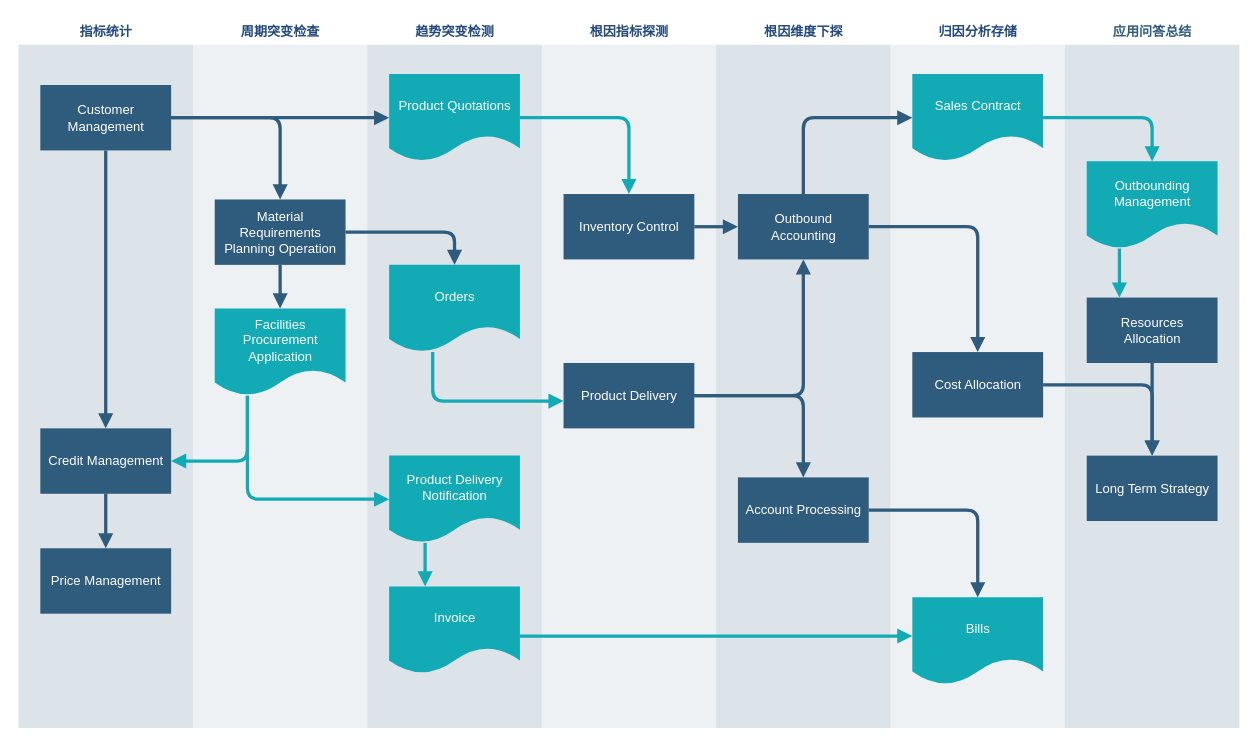
Before: try.drawio in DeeeFOX/webcrawler, a draw.io diagram. Source tidied: cells renumbered, new cells numbered last; positions are measured from the earlier drawing's top-left corner, leaving out a move shared by most shapes. Both pictures are drawn from the tidied source at 109%, with x=0, y=0 at pixel (17, 19).
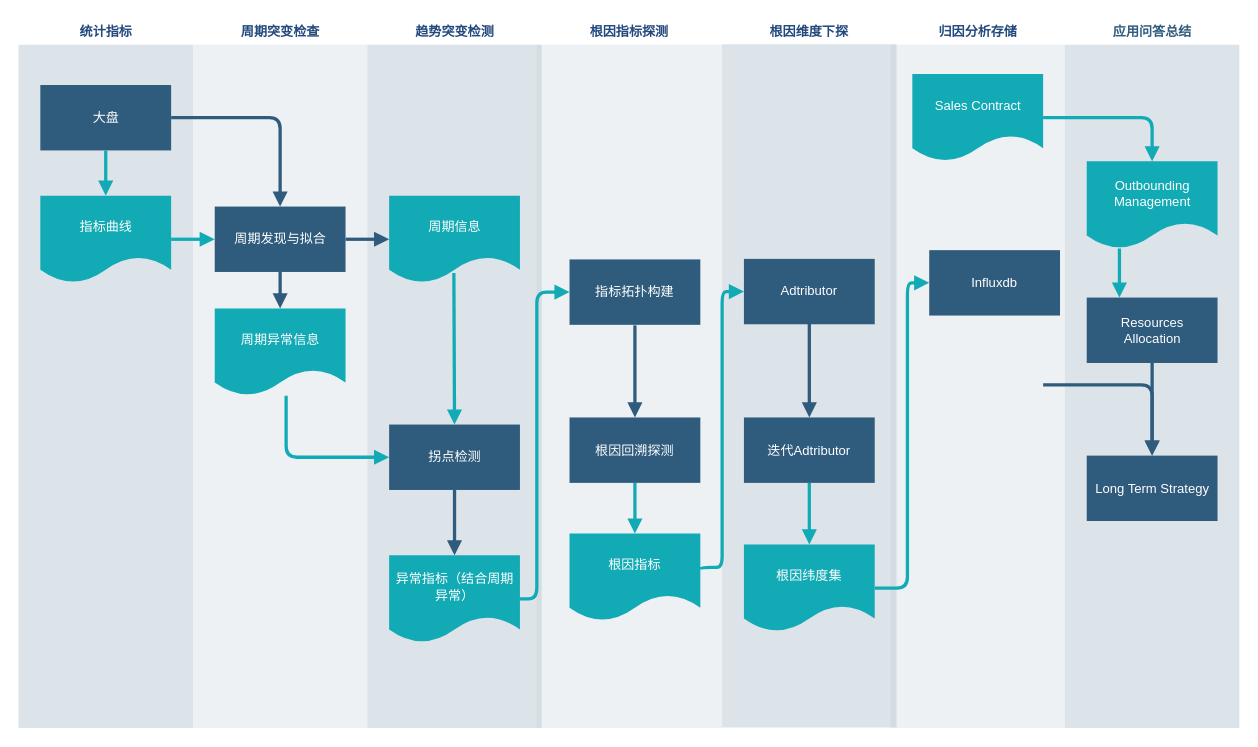
After the change.

Unchanged cells that the change refers to:
```xml
<mxCell id="8" value="&lt;font color=&quot;#23497d&quot;&gt;归因分析存储&lt;/font&gt;" style="swimlane;whiteSpace=wrap;fillColor=none;swimlaneFillColor=#BAC8D3;fontColor=#2F5B7C;fontFamily=Tahoma;html=1;strokeColor=none;opacity=25;" parent="1" vertex="1">
  <mxGeometry x="800.5" y="0.5" width="160" height="650" as="geometry" />
</mxCell>
<mxCell id="9" value="Sales Contract" style="shape=document;whiteSpace=wrap;verticalAlign=middle;strokeColor=none;fillColor=#12aab5;shadow=0;fontColor=#FFFFFF;fontFamily=Helvetica;fontStyle=0;html=1;fontSize=12;spacing=6;spacingBottom=22;" parent="8" vertex="1">
  <mxGeometry x="20" y="50" width="120" height="80" as="geometry" />
</mxCell>
<mxCell id="15" value="&lt;font color=&quot;#23497d&quot;&gt;周期突变检查&lt;/font&gt;" style="swimlane;whiteSpace=wrap;fillColor=none;swimlaneFillColor=#BAC8D3;fontColor=#2F5B7C;fontFamily=Tahoma;html=1;strokeColor=none;opacity=25;" parent="1" vertex="1">
  <mxGeometry x="160.5" y="0.5" width="160" height="650" as="geometry" />
</mxCell>
<mxCell id="19" value="&lt;font color=&quot;#23497d&quot;&gt;趋势突变检测&lt;/font&gt;" style="swimlane;whiteSpace=wrap;fillColor=none;swimlaneFillColor=#BAC8D3;fontColor=#2F5B7C;fontFamily=Tahoma;html=1;strokeColor=none;opacity=50;" parent="1" vertex="1">
  <mxGeometry x="320.5" y="0.5" width="160" height="650" as="geometry" />
</mxCell>
<mxCell id="31" value="Long Term Strategy" style="whiteSpace=wrap;strokeColor=none;fillColor=#2f5b7c;shadow=0;fontColor=#FFFFFF;fontFamily=Helvetica;fontStyle=0;html=1;fontSize=12;spacing=6;verticalAlign=middle;" parent="28" vertex="1">
  <mxGeometry x="20" y="400" width="120" height="60" as="geometry" />
</mxCell>
```

Diff of the diagram source:
```diff
@@
-    <mxCell id="2" value="&lt;font color=&quot;#23497d&quot;&gt;指标统计&lt;/font&gt;" style="swimlane;whiteSpace=wrap;fillColor=none;swimlaneFillColor=#BAC8D3;fontColor=#2F5B7C;fontFamily=Tahoma;html=1;strokeColor=none;opacity=50;" parent="1" vertex="1">
+    <mxCell id="2" value="&lt;font color=&quot;#23497d&quot;&gt;统计指标&lt;/font&gt;" style="swimlane;whiteSpace=wrap;fillColor=none;swimlaneFillColor=#BAC8D3;fontColor=#2F5B7C;fontFamily=Tahoma;html=1;strokeColor=none;opacity=50;" parent="1" vertex="1">
       <mxGeometry x="0.5" y="0.5" width="160" height="650" as="geometry" />
     </mxCell>
-    <mxCell id="3" value="Customer Management" style="whiteSpace=wrap;shadow=0;fontColor=#FFFFFF;fontFamily=Helvetica;fontStyle=0;html=1;fontSize=12;plain-purple;strokeColor=none;fillColor=#2f5b7c;gradientColor=none;spacing=6;verticalAlign=middle;" parent="2" vertex="1">
+    <mxCell id="3" value="大盘" style="whiteSpace=wrap;shadow=0;fontColor=#FFFFFF;fontFamily=Helvetica;fontStyle=0;html=1;fontSize=12;plain-purple;strokeColor=none;fillColor=#2f5b7c;gradientColor=none;spacing=6;verticalAlign=middle;" parent="2" vertex="1">
       <mxGeometry x="20" y="60" width="120" height="60" as="geometry" />
     </mxCell>
-    <mxCell id="4" value="Credit Management" style="whiteSpace=wrap;strokeColor=none;fillColor=#2f5b7c;shadow=0;fontColor=#FFFFFF;fontFamily=Helvetica;fontStyle=0;html=1;fontSize=12;spacing=6;verticalAlign=middle;" parent="2" vertex="1">
-      <mxGeometry x="20" y="375" width="120" height="60" as="geometry" />
-    </mxCell>
-    <mxCell id="5" value="Price Management" style="whiteSpace=wrap;strokeColor=none;fillColor=#2f5b7c;shadow=0;fontColor=#FFFFFF;fontFamily=Helvetica;fontStyle=0;html=1;fontSize=12;spacing=6;verticalAlign=middle;" parent="2" vertex="1">
-      <mxGeometry x="20" y="485" width="120" height="60" as="geometry" />
-    </mxCell>
-    <mxCell id="6" style="edgeStyle=segmentEdgeStyle;strokeColor=#2F5B7C;strokeWidth=3;html=1;endArrow=block;endFill=1;" parent="2" edge="1" source="4" target="5">
-      <mxGeometry relative="1" as="geometry" />
-    </mxCell>
-    <mxCell id="7" style="edgeStyle=segmentEdgeStyle;strokeColor=#2F5B7C;strokeWidth=3;html=1;endArrow=block;endFill=1;" parent="2" edge="1" source="3" target="4">
-      <mxGeometry relative="1" as="geometry" />
-    </mxCell>
+    <mxCell id="50" value="指标曲线" style="shape=document;whiteSpace=wrap;verticalAlign=middle;strokeColor=none;fillColor=#12aab5;shadow=0;fontColor=#FFFFFF;fontFamily=Helvetica;fontStyle=0;html=1;fontSize=12;spacing=6;spacingBottom=22;" parent="2" vertex="1">
+      <mxGeometry x="20" y="161.5" width="120" height="80" as="geometry" />
+    </mxCell>
+    <mxCell id="51" style="strokeColor=#12AAB5;strokeWidth=3;html=1;endArrow=block;endFill=1;exitX=0.5;exitY=1;exitDx=0;exitDy=0;entryX=0.5;entryY=0;entryDx=0;entryDy=0;" parent="2" edge="1" source="3" target="50">
+      <mxGeometry relative="1" as="geometry" />
+    </mxCell>
@@
-    <mxCell id="10" value="Bills" style="shape=document;whiteSpace=wrap;verticalAlign=middle;strokeColor=none;fillColor=#12aab5;shadow=0;fontColor=#FFFFFF;fontFamily=Helvetica;fontStyle=0;html=1;fontSize=12;spacing=6;spacingBottom=22;" parent="8" vertex="1">
-      <mxGeometry x="20" y="530" width="120" height="80" as="geometry" />
-    </mxCell>
-    <mxCell id="11" value="Cost Allocation" style="whiteSpace=wrap;strokeColor=none;fillColor=#2f5b7c;shadow=0;fontColor=#FFFFFF;fontFamily=Helvetica;fontStyle=0;html=1;fontSize=12;spacing=6;verticalAlign=middle;" parent="8" vertex="1">
-      <mxGeometry x="20" y="305" width="120" height="60" as="geometry" />
-    </mxCell>
+    <mxCell id="52" value="Influxdb" style="whiteSpace=wrap;strokeColor=none;fillColor=#2f5b7c;shadow=0;fontColor=#FFFFFF;fontFamily=Helvetica;fontStyle=0;html=1;fontSize=12;spacing=6;verticalAlign=middle;" parent="8" vertex="1">
+      <mxGeometry x="35.5" y="211.5" width="120" height="60" as="geometry" />
+    </mxCell>
     <mxCell id="12" value="&lt;font color=&quot;#23497d&quot;&gt;根因维度下探&lt;/font&gt;" style="swimlane;whiteSpace=wrap;fillColor=none;swimlaneFillColor=#BAC8D3;fontColor=#2F5B7C;fontFamily=Tahoma;html=1;strokeColor=none;opacity=50;" parent="1" vertex="1">
-      <mxGeometry x="640.5" y="0.5" width="160" height="650" as="geometry" />
+      <mxGeometry x="646" width="160" height="650" as="geometry" />
     </mxCell>
-    <mxCell id="13" value="Outbound Accounting" style="whiteSpace=wrap;fillColor=#2f5b7c;strokeColor=none;shadow=0;fontColor=#FFFFFF;fontFamily=Helvetica;fontStyle=0;html=1;fontSize=12;spacing=6;verticalAlign=middle;" parent="12" vertex="1">
-      <mxGeometry x="20" y="160" width="120" height="60" as="geometry" />
-    </mxCell>
-    <mxCell id="14" value="Account Processing" style="whiteSpace=wrap;strokeColor=none;fillColor=#2f5b7c;shadow=0;fontColor=#FFFFFF;fontFamily=Helvetica;fontStyle=0;html=1;fontSize=12;spacing=6;verticalAlign=middle;" parent="12" vertex="1">
-      <mxGeometry x="20" y="420" width="120" height="60" as="geometry" />
+    <mxCell id="14" value="Adtributor" style="whiteSpace=wrap;strokeColor=none;fillColor=#2f5b7c;shadow=0;fontColor=#FFFFFF;fontFamily=Helvetica;fontStyle=0;html=1;fontSize=12;spacing=6;verticalAlign=middle;" parent="12" vertex="1">
+      <mxGeometry x="20" y="220" width="120" height="60" as="geometry" />
     </mxCell>
+    <mxCell id="53" value="迭代Adtributor" style="whiteSpace=wrap;fillColor=#2f5b7c;strokeColor=none;shadow=0;fontColor=#FFFFFF;fontFamily=Helvetica;fontStyle=0;html=1;fontSize=12;spacing=6;verticalAlign=middle;" parent="12" vertex="1">
+      <mxGeometry x="20" y="365.5" width="120" height="60" as="geometry" />
+    </mxCell>
+    <mxCell id="54" style="edgeStyle=segmentEdgeStyle;strokeColor=#2F5B7C;strokeWidth=3;html=1;endArrow=block;endFill=1;entryX=0.5;entryY=0;entryDx=0;entryDy=0;" parent="12" edge="1" target="53">
+      <mxGeometry x="-545.5" y="132" as="geometry">
+        <mxPoint x="80" y="272" as="sourcePoint" />
+        <Array as="points">
+          <mxPoint x="80" y="282" />
+        </Array>
+      </mxGeometry>
+    </mxCell>
+    <mxCell id="55" value="根因纬度集" style="shape=document;whiteSpace=wrap;strokeColor=none;fillColor=#12aab5;shadow=0;fontColor=#FFFFFF;fontFamily=Helvetica;fontStyle=0;html=1;fontSize=12;verticalAlign=middle;spacing=6;spacingBottom=22;" parent="12" vertex="1">
+      <mxGeometry x="20" y="482" width="120" height="80" as="geometry" />
+    </mxCell>
+    <mxCell id="56" style="strokeColor=#12AAB5;strokeWidth=3;html=1;endArrow=block;endFill=1;entryX=0.5;entryY=0;entryDx=0;entryDy=0;exitX=0.5;exitY=1;exitDx=0;exitDy=0;" parent="12" edge="1" source="53" target="55">
+      <mxGeometry relative="1" as="geometry" />
+    </mxCell>
@@
-    <mxCell id="16" value="Material Requirements Planning Operation" style="whiteSpace=wrap;shadow=0;fontColor=#FFFFFF;fontFamily=Helvetica;fontStyle=0;html=1;fontSize=12;plain-purple;strokeColor=none;fillColor=#2f5b7c;gradientColor=none;spacing=6;verticalAlign=middle;" parent="15" vertex="1">
-      <mxGeometry x="20" y="165" width="120" height="60" as="geometry" />
+    <mxCell id="16" value="周期发现与拟合" style="whiteSpace=wrap;shadow=0;fontColor=#FFFFFF;fontFamily=Helvetica;fontStyle=0;html=1;fontSize=12;plain-purple;strokeColor=none;fillColor=#2f5b7c;gradientColor=none;spacing=6;verticalAlign=middle;" parent="15" vertex="1">
+      <mxGeometry x="20" y="171.5" width="120" height="60" as="geometry" />
     </mxCell>
-    <mxCell id="17" value="&lt;font color=&quot;#ffffff&quot;&gt;Facilities Procurement&lt;br&gt;Application&lt;/font&gt;&lt;br&gt; " style="shape=document;whiteSpace=wrap;verticalAlign=middle;strokeColor=none;fillColor=#12aab5;shadow=0;fontColor=#FFFFFF;fontFamily=Helvetica;fontStyle=0;html=1;fontSize=12;spacing=6;spacingBottom=22;" parent="15" vertex="1">
+    <mxCell id="17" value="周期异常信息" style="shape=document;whiteSpace=wrap;verticalAlign=middle;strokeColor=none;fillColor=#12aab5;shadow=0;fontColor=#FFFFFF;fontFamily=Helvetica;fontStyle=0;html=1;fontSize=12;spacing=6;spacingBottom=22;" parent="15" vertex="1">
       <mxGeometry x="20" y="265" width="120" height="80" as="geometry" />
     </mxCell>
@@
-    <mxCell id="20" value="Product Quotations" style="shape=document;whiteSpace=wrap;verticalAlign=middle;strokeColor=none;fillColor=#12aab5;shadow=0;fontColor=#FFFFFF;fontFamily=Helvetica;fontStyle=0;html=1;fontSize=12;spacing=6;spacingBottom=22;" parent="19" vertex="1">
-      <mxGeometry x="20" y="50" width="120" height="80" as="geometry" />
-    </mxCell>
-    <mxCell id="21" value="Orders" style="shape=document;whiteSpace=wrap;verticalAlign=middle;strokeColor=none;fillColor=#12aab5;shadow=0;fontColor=#FFFFFF;fontFamily=Helvetica;fontStyle=0;html=1;fontSize=12;spacing=6;spacingBottom=22;" parent="19" vertex="1">
-      <mxGeometry x="20" y="225" width="120" height="80" as="geometry" />
-    </mxCell>
-    <mxCell id="22" value="Product Delivery Notification" style="shape=document;whiteSpace=wrap;strokeColor=none;fillColor=#12aab5;shadow=0;fontColor=#FFFFFF;fontFamily=Helvetica;fontStyle=0;html=1;fontSize=12;verticalAlign=middle;spacing=6;spacingBottom=22;" parent="19" vertex="1">
-      <mxGeometry x="20" y="400" width="120" height="80" as="geometry" />
+    <mxCell id="22" value="异常指标（结合周期异常）" style="shape=document;whiteSpace=wrap;strokeColor=none;fillColor=#12aab5;shadow=0;fontColor=#FFFFFF;fontFamily=Helvetica;fontStyle=0;html=1;fontSize=12;verticalAlign=middle;spacing=6;spacingBottom=22;" parent="19" vertex="1">
+      <mxGeometry x="20" y="491.5" width="120" height="80" as="geometry" />
     </mxCell>
-    <mxCell id="23" value="Invoice" style="shape=document;whiteSpace=wrap;verticalAlign=middle;strokeColor=none;fillColor=#12aab5;shadow=0;fontColor=#FFFFFF;fontFamily=Helvetica;fontStyle=0;html=1;fontSize=12;spacing=6;spacingBottom=22;" parent="19" vertex="1">
-      <mxGeometry x="20" y="520" width="120" height="80" as="geometry" />
-    </mxCell>
-    <mxCell id="24" style="edgeStyle=segmentEdgeStyle;strokeColor=#12AAB5;strokeWidth=3;html=1;endArrow=block;endFill=1;" parent="19" edge="1" source="22" target="23">
-      <mxGeometry relative="1" as="geometry">
-        <Array as="points">
-          <mxPoint x="53" y="501" />
-          <mxPoint x="53" y="501" />
-        </Array>
-      </mxGeometry>
+    <mxCell id="24" style="strokeColor=#12AAB5;strokeWidth=3;html=1;endArrow=block;endFill=1;exitX=0.495;exitY=0.888;exitDx=0;exitDy=0;exitPerimeter=0;entryX=0.5;entryY=0;entryDx=0;entryDy=0;" parent="19" edge="1" source="58" target="57">
+      <mxGeometry relative="1" as="geometry" />
     </mxCell>
+    <mxCell id="57" value="拐点检测" style="whiteSpace=wrap;strokeColor=none;fillColor=#2f5b7c;shadow=0;fontColor=#FFFFFF;fontFamily=Helvetica;fontStyle=0;html=1;fontSize=12;spacing=6;verticalAlign=middle;" parent="19" vertex="1">
+      <mxGeometry x="20" y="371.5" width="120" height="60" as="geometry" />
+    </mxCell>
+    <mxCell id="58" value="周期信息" style="shape=document;whiteSpace=wrap;verticalAlign=middle;strokeColor=none;fillColor=#12aab5;shadow=0;fontColor=#FFFFFF;fontFamily=Helvetica;fontStyle=0;html=1;fontSize=12;spacing=6;spacingBottom=22;" parent="19" vertex="1">
+      <mxGeometry x="20" y="161.5" width="120" height="80" as="geometry" />
+    </mxCell>
+    <mxCell id="59" style="strokeColor=#2F5B7C;strokeWidth=3;html=1;endArrow=block;endFill=1;exitX=0.5;exitY=1;exitDx=0;exitDy=0;entryX=0.5;entryY=0;entryDx=0;entryDy=0;" parent="19" edge="1" source="57" target="22">
+      <mxGeometry relative="1" as="geometry" />
+    </mxCell>
     <mxCell id="25" value="&lt;font color=&quot;#23497d&quot;&gt;根因指标探测&lt;/font&gt;" style="swimlane;whiteSpace=wrap;fillColor=none;swimlaneFillColor=#BAC8D3;fontColor=#2F5B7C;fontFamily=Tahoma;html=1;strokeColor=none;opacity=25;" parent="1" vertex="1">
-      <mxGeometry x="480.5" y="0.5" width="160" height="650" as="geometry" />
+      <mxGeometry x="476" y="0.5" width="170" height="650" as="geometry" />
     </mxCell>
-    <mxCell id="26" value="Inventory Control" style="whiteSpace=wrap;strokeColor=none;fillColor=#2f5b7c;shadow=0;fontColor=#FFFFFF;fontFamily=Helvetica;fontStyle=0;html=1;fontSize=12;spacing=6;verticalAlign=middle;" parent="25" vertex="1">
-      <mxGeometry x="20" y="160" width="120" height="60" as="geometry" />
-    </mxCell>
-    <mxCell id="27" value="Product Delivery" style="whiteSpace=wrap;strokeColor=none;fillColor=#2f5b7c;shadow=0;fontColor=#FFFFFF;fontFamily=Helvetica;fontStyle=0;html=1;fontSize=12;spacing=6;verticalAlign=middle;" parent="25" vertex="1">
-      <mxGeometry x="20" y="315" width="120" height="60" as="geometry" />
+    <mxCell id="27" value="指标拓扑构建" style="whiteSpace=wrap;strokeColor=none;fillColor=#2f5b7c;shadow=0;fontColor=#FFFFFF;fontFamily=Helvetica;fontStyle=0;html=1;fontSize=12;spacing=6;verticalAlign=middle;" parent="25" vertex="1">
+      <mxGeometry x="30" y="220" width="120" height="60" as="geometry" />
     </mxCell>
+    <mxCell id="13" value="根因回溯探测" style="whiteSpace=wrap;fillColor=#2f5b7c;strokeColor=none;shadow=0;fontColor=#FFFFFF;fontFamily=Helvetica;fontStyle=0;html=1;fontSize=12;spacing=6;verticalAlign=middle;" parent="25" vertex="1">
+      <mxGeometry x="30" y="365" width="120" height="60" as="geometry" />
+    </mxCell>
+    <mxCell id="43" style="edgeStyle=segmentEdgeStyle;strokeColor=#2F5B7C;strokeWidth=3;html=1;endArrow=block;endFill=1;" parent="25" edge="1" target="13">
+      <mxGeometry x="144.5" y="220" as="geometry">
+        <mxPoint x="90" y="280.5" as="sourcePoint" />
+      </mxGeometry>
+    </mxCell>
+    <mxCell id="60" value="根因指标" style="shape=document;whiteSpace=wrap;strokeColor=none;fillColor=#12aab5;shadow=0;fontColor=#FFFFFF;fontFamily=Helvetica;fontStyle=0;html=1;fontSize=12;verticalAlign=middle;spacing=6;spacingBottom=22;" parent="25" vertex="1">
+      <mxGeometry x="30" y="471.5" width="120" height="80" as="geometry" />
+    </mxCell>
+    <mxCell id="61" style="strokeColor=#12AAB5;strokeWidth=3;html=1;endArrow=block;endFill=1;entryX=0.5;entryY=0;entryDx=0;entryDy=0;exitX=0.5;exitY=1;exitDx=0;exitDy=0;" parent="25" edge="1" source="13" target="60">
+      <mxGeometry relative="1" as="geometry" />
+    </mxCell>
@@
-    <mxCell id="35" style="edgeStyle=segmentEdgeStyle;strokeColor=#12AAB5;strokeWidth=3;html=1;endArrow=block;endFill=1;" parent="1" edge="1" source="17" target="4">
-      <mxGeometry x="164.5" y="433.5" as="geometry">
-        <Array as="points">
-          <mxPoint x="210.5" y="405.5" />
-        </Array>
-      </mxGeometry>
-    </mxCell>
-    <mxCell id="36" style="edgeStyle=segmentEdgeStyle;strokeColor=#2F5B7C;strokeWidth=3;html=1;endArrow=block;endFill=1;" parent="1" edge="1" source="3" target="20">
-      <mxGeometry x="164.5" y="178.5" as="geometry" />
-    </mxCell>
-    <mxCell id="37" style="edgeStyle=segmentEdgeStyle;strokeColor=#12AAB5;strokeWidth=3;html=1;endArrow=block;endFill=1;" parent="1" edge="1" source="17" target="22">
+    <mxCell id="37" style="edgeStyle=segmentEdgeStyle;strokeColor=#12AAB5;strokeWidth=3;html=1;endArrow=block;endFill=1;entryX=0;entryY=0.5;entryDx=0;entryDy=0;" parent="1" edge="1" source="17" target="57">
       <mxGeometry x="234.5" y="433.5" as="geometry">
         <Array as="points">
-          <mxPoint x="210.5" y="440.5" />
+          <mxPoint x="246" y="402" />
         </Array>
       </mxGeometry>
     </mxCell>
-    <mxCell id="38" style="edgeStyle=elbowEdgeStyle;elbow=vertical;strokeColor=#12AAB5;strokeWidth=3;html=1;endArrow=block;endFill=1;" parent="1" edge="1" source="23" target="10">
-      <mxGeometry x="484.5" y="623.5" as="geometry" />
-    </mxCell>
-    <mxCell id="39" style="edgeStyle=segmentEdgeStyle;strokeColor=#2F5B7C;strokeWidth=3;html=1;endArrow=block;endFill=1;" parent="1" edge="1" source="16" target="21">
+    <mxCell id="39" style="strokeColor=#2F5B7C;strokeWidth=3;html=1;endArrow=block;endFill=1;entryX=0;entryY=0.5;entryDx=0;entryDy=0;" parent="1" edge="1" source="16" target="58">
       <mxGeometry x="324.5" y="283.5" as="geometry" />
     </mxCell>
-    <mxCell id="40" style="edgeStyle=segmentEdgeStyle;strokeColor=#12AAB5;strokeWidth=3;html=1;endArrow=block;endFill=1;" parent="1" edge="1" source="20" target="26">
-      <mxGeometry x="484.5" y="178.5" as="geometry" />
+    <mxCell id="40" style="edgeStyle=segmentEdgeStyle;strokeColor=#12AAB5;strokeWidth=3;html=1;endArrow=block;endFill=1;exitX=1;exitY=0.5;exitDx=0;exitDy=0;entryX=0;entryY=0.5;entryDx=0;entryDy=0;" parent="1" edge="1" source="22" target="27">
+      <mxGeometry x="484.5" y="178.5" as="geometry">
+        <Array as="points">
+          <mxPoint x="476" y="251" />
+        </Array>
+      </mxGeometry>
     </mxCell>
-    <mxCell id="41" style="edgeStyle=none;strokeColor=#2F5B7C;strokeWidth=3;html=1;endArrow=block;endFill=1;" parent="1" edge="1" source="26" target="13">
-      <mxGeometry x="644.5" y="278.5" as="geometry" />
-    </mxCell>
-    <mxCell id="42" style="edgeStyle=segmentEdgeStyle;strokeColor=#12AAB5;strokeWidth=3;html=1;endArrow=block;endFill=1;" parent="1" edge="1" source="21" target="27">
-      <mxGeometry x="404.5" y="393.5" as="geometry">
-        <Array as="points">
-          <mxPoint x="380.5" y="350.5" />
-        </Array>
-      </mxGeometry>
-    </mxCell>
-    <mxCell id="43" style="edgeStyle=segmentEdgeStyle;strokeColor=#2F5B7C;strokeWidth=3;html=1;endArrow=block;endFill=1;" parent="1" edge="1" source="27" target="13">
-      <mxGeometry x="644.5" y="308.5" as="geometry" />
-    </mxCell>
-    <mxCell id="44" style="edgeStyle=segmentEdgeStyle;strokeColor=#2F5B7C;strokeWidth=3;html=1;endArrow=block;endFill=1;" parent="1" edge="1" source="27" target="14">
-      <mxGeometry x="644.5" y="433.5" as="geometry" />
-    </mxCell>
-    <mxCell id="45" style="edgeStyle=segmentEdgeStyle;strokeColor=#2F5B7C;strokeWidth=3;html=1;endArrow=block;endFill=1;" parent="1" edge="1" source="13" target="9">
-      <mxGeometry x="744.5" y="178.5" as="geometry">
-        <Array as="points">
-          <mxPoint x="720.5" y="90.5" />
-        </Array>
-      </mxGeometry>
-    </mxCell>
-    <mxCell id="46" style="edgeStyle=segmentEdgeStyle;strokeColor=#2F5B7C;strokeWidth=3;html=1;endArrow=block;endFill=1;" parent="1" edge="1" source="13" target="11">
-      <mxGeometry x="804.5" y="278.5" as="geometry" />
-    </mxCell>
-    <mxCell id="47" style="edgeStyle=segmentEdgeStyle;strokeColor=#2F5B7C;strokeWidth=3;html=1;endArrow=block;endFill=1;" parent="1" edge="1" source="14" target="10">
-      <mxGeometry x="804.5" y="538.5" as="geometry" />
-    </mxCell>
-    <mxCell id="48" style="edgeStyle=segmentEdgeStyle;strokeColor=#2F5B7C;strokeWidth=3;html=1;endArrow=block;endFill=1;" parent="1" edge="1" source="11" target="31">
-      <mxGeometry x="964.5" y="423.5" as="geometry" />
+    <mxCell id="48" style="edgeStyle=segmentEdgeStyle;strokeColor=#2F5B7C;strokeWidth=3;html=1;endArrow=block;endFill=1;" parent="1" edge="1" target="31">
+      <mxGeometry x="964.5" y="423.5" as="geometry">
+        <mxPoint x="940.5" y="335.6" as="sourcePoint" />
+      </mxGeometry>
     </mxCell>
@@
+    <mxCell id="62" style="edgeStyle=segmentEdgeStyle;strokeColor=#12AAB5;strokeWidth=3;html=1;endArrow=block;endFill=1;exitX=1.005;exitY=0.411;exitDx=0;exitDy=0;entryX=0;entryY=0.5;entryDx=0;entryDy=0;exitPerimeter=0;" parent="1" edge="1" source="60" target="14">
+      <mxGeometry x="484.5" y="178.5" as="geometry">
+        <Array as="points">
+          <mxPoint x="627" y="503" />
+          <mxPoint x="646" y="503" />
+          <mxPoint x="646" y="250" />
+        </Array>
+      </mxGeometry>
+    </mxCell>
+    <mxCell id="63" style="edgeStyle=segmentEdgeStyle;strokeColor=#12AAB5;strokeWidth=3;html=1;endArrow=block;endFill=1;exitX=1;exitY=0.5;exitDx=0;exitDy=0;entryX=0;entryY=0.5;entryDx=0;entryDy=0;" parent="1" edge="1" source="55" target="52">
+      <mxGeometry x="964.5" y="178.5" as="geometry">
+        <Array as="points">
+          <mxPoint x="816" y="522" />
+          <mxPoint x="816" y="242" />
+        </Array>
+      </mxGeometry>
+    </mxCell>
+    <mxCell id="64" style="strokeColor=#12AAB5;strokeWidth=3;html=1;endArrow=block;endFill=1;entryX=0;entryY=0.5;entryDx=0;entryDy=0;exitX=1;exitY=0.5;exitDx=0;exitDy=0;" parent="1" edge="1" source="50" target="16">
+      <mxGeometry x="234.5" y="433.5" as="geometry" />
+    </mxCell>
```
